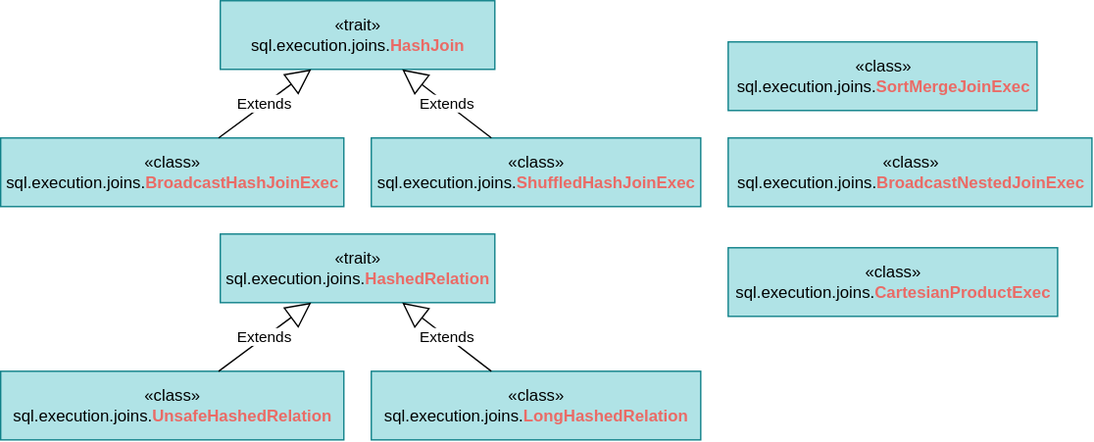
Earlier version of the draw.io export images/spark/sql-join-class.svg (jtLiBrain/jtLiBrain.github.io). Source tidied: cells renumbered, new cells last; positions are measured from the earlier drawing's top-left corner, leaving out a move shared by most shapes.
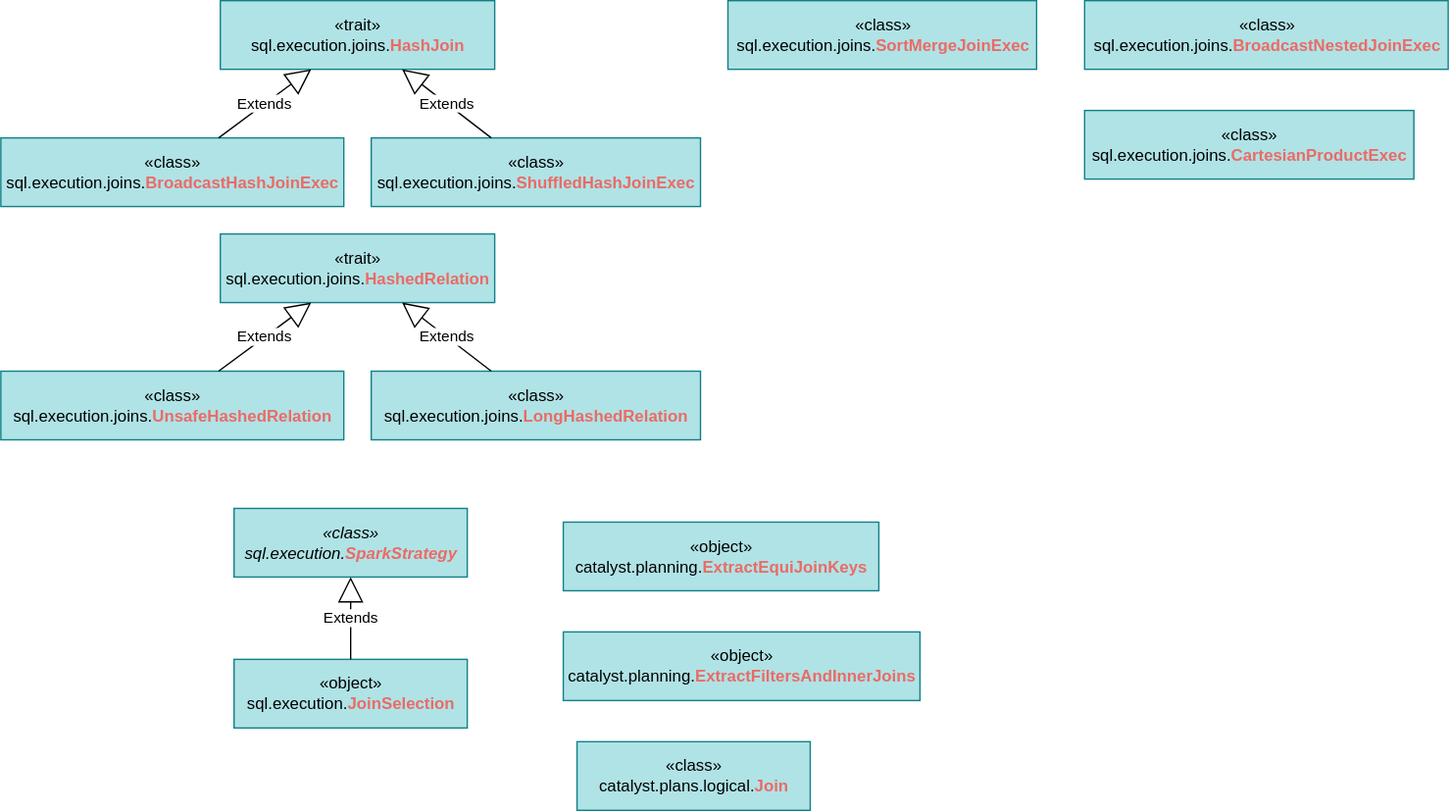
After the commit.

Diff of the diagram source:
```diff
@@ -18,13 +18,13 @@
       <mxGeometry relative="1" as="geometry" />
     </mxCell>
     <mxCell id="7" value="«class»&lt;br&gt;sql.execution.joins.&lt;font color=&quot;#ea6b66&quot;&gt;&lt;b&gt;SortMerge&lt;/b&gt;&lt;/font&gt;&lt;font color=&quot;#ea6b66&quot;&gt;&lt;b&gt;JoinExec&lt;/b&gt;&lt;/font&gt;" style="html=1;strokeColor=#0e8088;strokeWidth=1;fillColor=#b0e3e6;fontStyle=0;" parent="1" vertex="1">
-      <mxGeometry x="530" y="30" width="225" height="50" as="geometry" />
+      <mxGeometry x="530" width="225" height="50" as="geometry" />
     </mxCell>
     <mxCell id="8" value="«class»&lt;br&gt;sql.execution.joins.&lt;font color=&quot;#ea6b66&quot;&gt;&lt;b&gt;BroadcastNested&lt;/b&gt;&lt;/font&gt;&lt;font color=&quot;#ea6b66&quot;&gt;&lt;b&gt;JoinExec&lt;/b&gt;&lt;/font&gt;" style="html=1;strokeColor=#0e8088;strokeWidth=1;fillColor=#b0e3e6;fontStyle=0;" parent="1" vertex="1">
-      <mxGeometry x="530" y="100" width="265" height="50" as="geometry" />
+      <mxGeometry x="790" width="265" height="50" as="geometry" />
     </mxCell>
     <mxCell id="9" value="«class»&lt;br&gt;sql.execution.joins.&lt;font color=&quot;#ea6b66&quot;&gt;&lt;b&gt;CartesianProductExec&lt;/b&gt;&lt;/font&gt;" style="html=1;strokeColor=#0e8088;strokeWidth=1;fillColor=#b0e3e6;fontStyle=0;" parent="1" vertex="1">
-      <mxGeometry x="530" y="180" width="240" height="50" as="geometry" />
+      <mxGeometry x="790" y="80" width="240" height="50" as="geometry" />
     </mxCell>
     <mxCell id="10" value="«trait»&lt;br&gt;&lt;span&gt;sql.execution.joins.&lt;/span&gt;&lt;font color=&quot;#ea6b66&quot;&gt;&lt;b&gt;HashedRelation&lt;/b&gt;&lt;/font&gt;" style="html=1;strokeColor=#0e8088;strokeWidth=1;fillColor=#b0e3e6;fontStyle=0;" parent="1" vertex="1">
       <mxGeometry x="160" y="170" width="200" height="50" as="geometry" />
@@ -41,5 +41,23 @@
     <mxCell id="14" value="Extends" style="endArrow=block;endSize=16;endFill=0;html=1;" parent="1" edge="1" source="13" target="10">
       <mxGeometry relative="1" as="geometry" />
     </mxCell>
+    <mxCell id="15" value="«class»&lt;br&gt;&lt;span&gt;sql.execution.&lt;/span&gt;&lt;font color=&quot;#ea6b66&quot;&gt;&lt;b&gt;&lt;span&gt;SparkStrategy&lt;/span&gt;&lt;/b&gt;&lt;/font&gt;" style="html=1;strokeColor=#0e8088;strokeWidth=1;fillColor=#b0e3e6;fontStyle=2;" parent="1" vertex="1">
+      <mxGeometry x="170" y="370" width="170" height="50" as="geometry" />
+    </mxCell>
+    <mxCell id="16" value="«object»&lt;br&gt;&lt;span&gt;sql.execution.&lt;/span&gt;&lt;font color=&quot;#ea6b66&quot;&gt;&lt;b&gt;&lt;span&gt;JoinSelection&lt;/span&gt;&lt;/b&gt;&lt;/font&gt;" style="html=1;strokeColor=#0e8088;strokeWidth=1;fillColor=#b0e3e6;fontStyle=0;" parent="1" vertex="1">
+      <mxGeometry x="170" y="480" width="170" height="50" as="geometry" />
+    </mxCell>
+    <mxCell id="17" value="Extends" style="endArrow=block;endSize=16;endFill=0;html=1;" parent="1" edge="1" source="16" target="15">
+      <mxGeometry relative="1" as="geometry" />
+    </mxCell>
+    <mxCell id="18" value="«object»&lt;br&gt;&lt;span&gt;catalyst.planning.&lt;/span&gt;&lt;font color=&quot;#ea6b66&quot;&gt;&lt;b&gt;ExtractEquiJoinKeys&lt;/b&gt;&lt;/font&gt;" style="html=1;strokeColor=#0e8088;strokeWidth=1;fillColor=#b0e3e6;fontStyle=0;" parent="1" vertex="1">
+      <mxGeometry x="410" y="380" width="230" height="50" as="geometry" />
+    </mxCell>
+    <mxCell id="19" value="«object»&lt;br&gt;&lt;span&gt;catalyst.planning.&lt;/span&gt;&lt;font color=&quot;#ea6b66&quot;&gt;&lt;b&gt;ExtractFiltersAndInnerJoins&lt;/b&gt;&lt;/font&gt;" style="html=1;strokeColor=#0e8088;strokeWidth=1;fillColor=#b0e3e6;fontStyle=0;" parent="1" vertex="1">
+      <mxGeometry x="410" y="460" width="260" height="50" as="geometry" />
+    </mxCell>
+    <mxCell id="20" value="«class»&lt;br&gt;&lt;span&gt;catalyst.plans.logical.&lt;/span&gt;&lt;font color=&quot;#ea6b66&quot;&gt;&lt;b&gt;Join&lt;/b&gt;&lt;/font&gt;" style="html=1;strokeColor=#0e8088;strokeWidth=1;fillColor=#b0e3e6;fontStyle=0;" parent="1" vertex="1">
+      <mxGeometry x="420" y="540" width="170" height="50" as="geometry" />
+    </mxCell>
   </root>
 </mxGraphModel>
```
